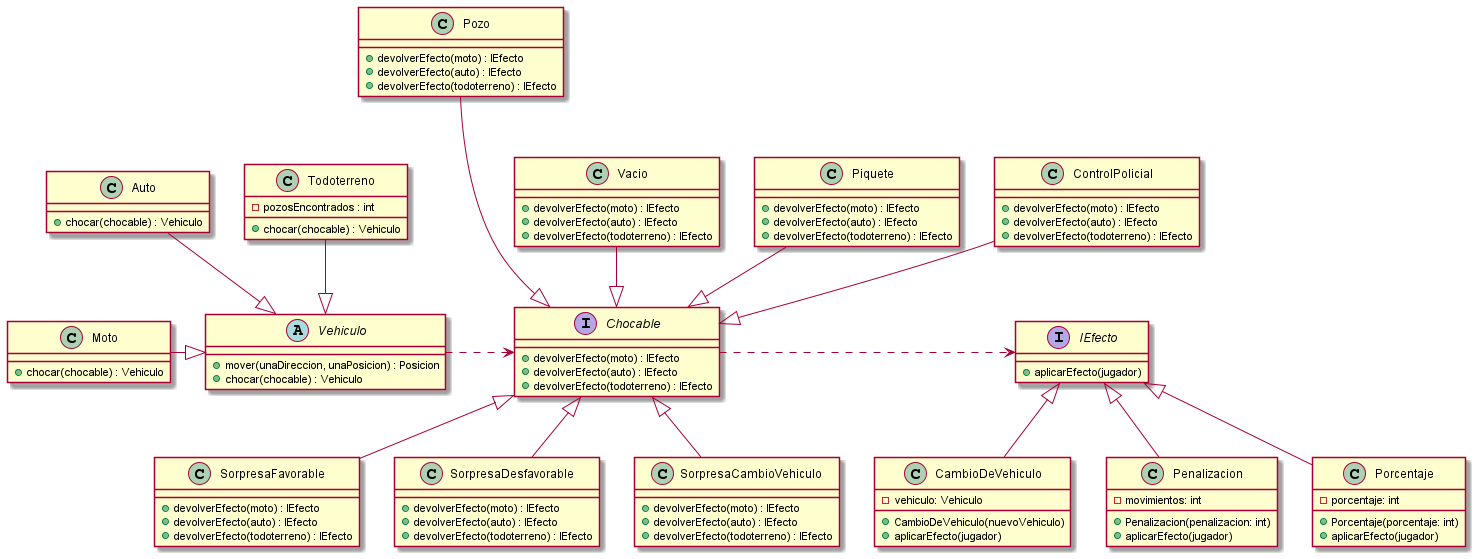
Earlier version of the PlantUML export diagrams/classes/diagrama_interfaces.png (NestorPala/T17-GPSChallenge). Source of this version:
```plantuml
@startuml
interface Chocable {
    + devolverEfecto(moto) : IEfecto
    + devolverEfecto(auto) : IEfecto
    + devolverEfecto(todoterreno) : IEfecto
}

class Pozo {
    +  devolverEfecto(moto) : IEfecto
    +  devolverEfecto(auto) : IEfecto
    +  devolverEfecto(todoterreno) : IEfecto
}

class Vacio {
    +  devolverEfecto(moto) : IEfecto
    +  devolverEfecto(auto) : IEfecto
    +  devolverEfecto(todoterreno) : IEfecto
}

class Piquete {
    +  devolverEfecto(moto) : IEfecto
    +  devolverEfecto(auto) : IEfecto
    +  devolverEfecto(todoterreno) : IEfecto
}

class ControlPolicial {
    +  devolverEfecto(moto) : IEfecto
    +  devolverEfecto(auto) : IEfecto
    +  devolverEfecto(todoterreno) : IEfecto
}




class SorpresaFavorable {
    +  devolverEfecto(moto) : IEfecto
    +  devolverEfecto(auto) : IEfecto
    +  devolverEfecto(todoterreno) : IEfecto
}

class SorpresaDesfavorable {
    +  devolverEfecto(moto) : IEfecto
    +  devolverEfecto(auto) : IEfecto
    +  devolverEfecto(todoterreno) : IEfecto
}

class SorpresaCambioVehiculo {
    +  devolverEfecto(moto) : IEfecto
    +  devolverEfecto(auto) : IEfecto
    +  devolverEfecto(todoterreno) : IEfecto
}



abstract class Vehiculo {
    + mover(unaDireccion, unaPosicion) : Posicion
    + chocar(chocable) : Vehiculo
}

class Auto {
    + chocar(chocable) : Vehiculo
}

class Moto {
    + chocar(chocable) : Vehiculo
}

class Todoterreno {
    - pozosEncontrados : int
    + chocar(chocable) : Vehiculo
}



interface IEfecto {
    + aplicarEfecto(jugador)
}

class CambioDeVehiculo {
    - vehiculo: Vehiculo
    + CambioDeVehiculo(nuevoVehiculo)
    + aplicarEfecto(jugador)
}

class Penalizacion {
    - movimientos: int
    + Penalizacion(penalizacion: int)
    + aplicarEfecto(jugador)
}

class Porcentaje {
    - porcentaje: int
    + Porcentaje(porcentaje: int)
    + aplicarEfecto(jugador)
}


Pozo ---|> Chocable
ControlPolicial --|> Chocable
Piquete --|> Chocable
Vacio --|> Chocable

Chocable <|-- SorpresaFavorable
Chocable <|-- SorpresaDesfavorable
Chocable <|-- SorpresaCambioVehiculo

Vehiculo .> Chocable

Todoterreno --|> Vehiculo
Auto --|> Vehiculo
Moto -|> Vehiculo

Chocable .> IEfecto

IEfecto <|-- CambioDeVehiculo
IEfecto <|-- Penalizacion
IEfecto <|-- Porcentaje

@enduml
```
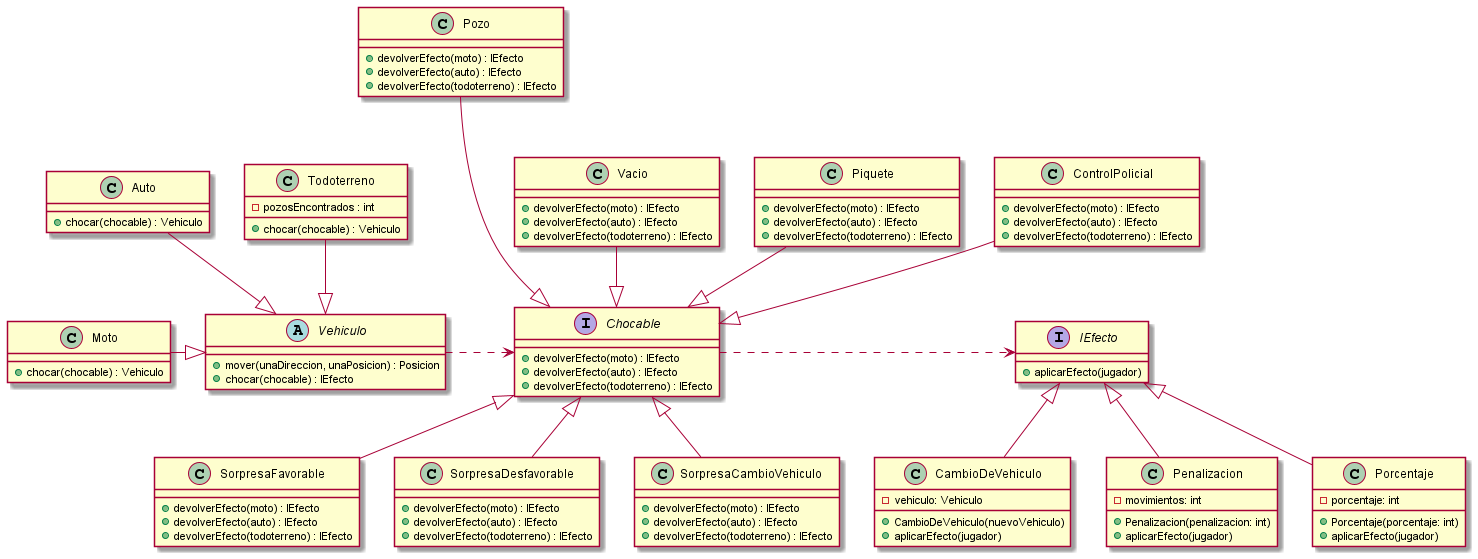
After the change.

Commit message:
pequeños cambios

Change to the diagram source:
```diff
@@ -1,4 +1,7 @@
 @startuml
+
+
+
 interface Chocable {
     + devolverEfecto(moto) : IEfecto
     + devolverEfecto(auto) : IEfecto
@@ -29,9 +32,6 @@
     +  devolverEfecto(todoterreno) : IEfecto
 }
 
-
-
-
 class SorpresaFavorable {
     +  devolverEfecto(moto) : IEfecto
     +  devolverEfecto(auto) : IEfecto
@@ -54,7 +54,7 @@
 
 abstract class Vehiculo {
     + mover(unaDireccion, unaPosicion) : Posicion
-    + chocar(chocable) : Vehiculo
+    + chocar(chocable) : IEfecto
 }
 
 class Auto {
@@ -95,6 +95,7 @@
 }
 
 
+
 Pozo ---|> Chocable
 ControlPolicial --|> Chocable
 Piquete --|> Chocable
@@ -116,4 +117,6 @@
 IEfecto <|-- Penalizacion
 IEfecto <|-- Porcentaje
 
+
+
 @enduml
```
